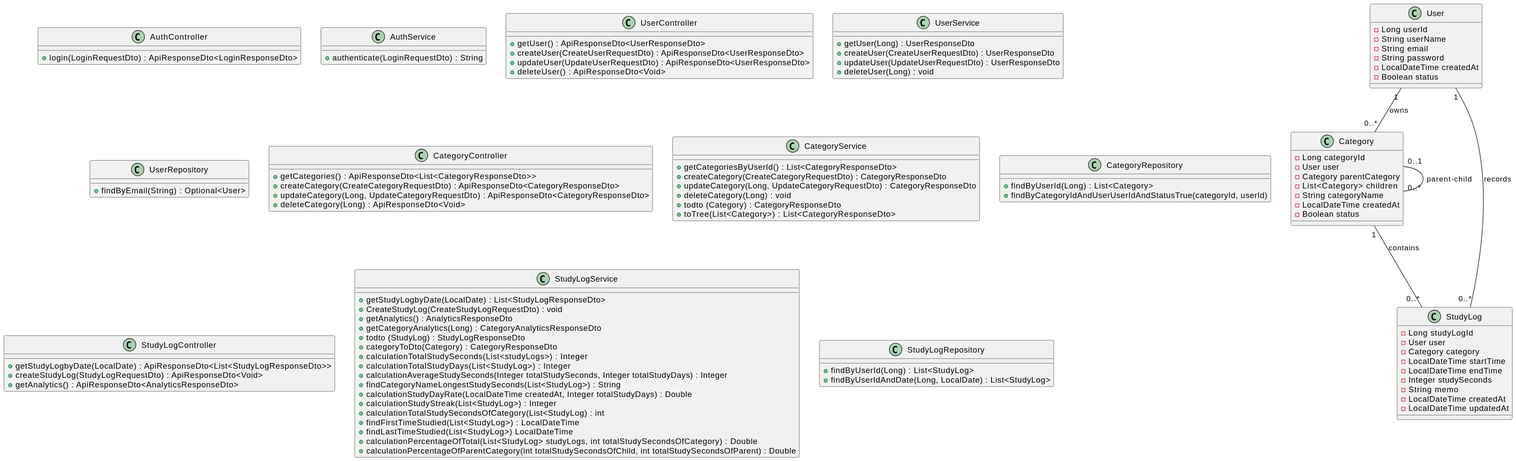
Above: backend/study-management-app/docs/uml/img/class/class-main.svg in ShumpeiKawamura37/portfolio-study-management-app (PlantUML), before the change.
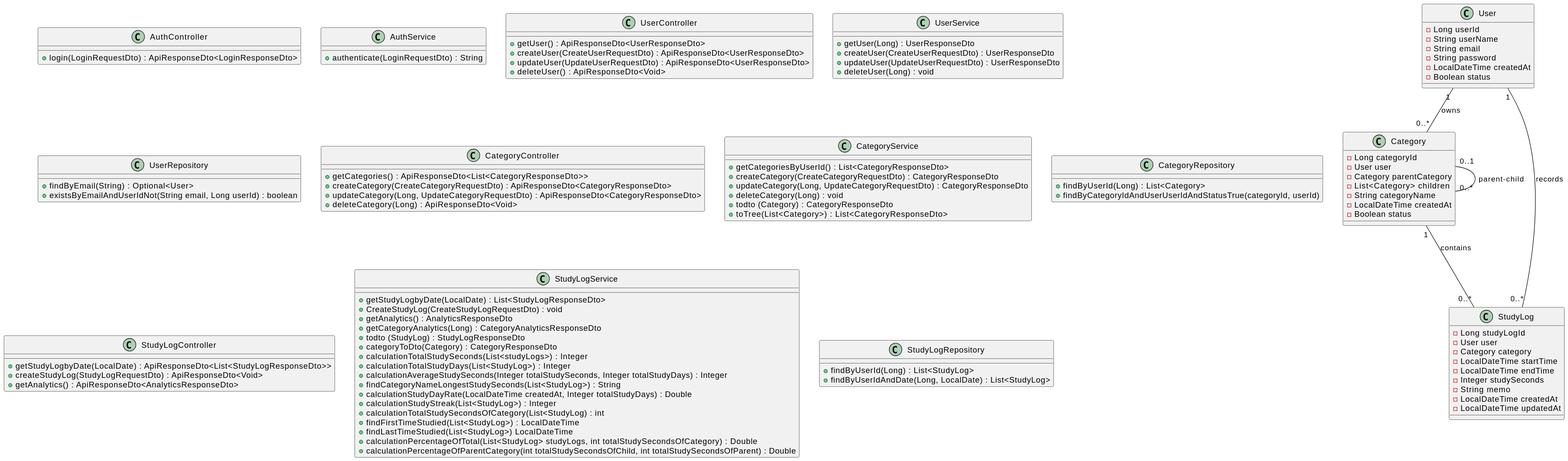
The same file after the commit.

The edit, as a diff of the source:
```diff
@@ -52,6 +52,7 @@
 
 class UserRepository {
   + findByEmail(String) : Optional<User>
+  + existsByEmailAndUserIdNot(String email, Long userId) : boolean
 }
 
 class CategoryController {
```
